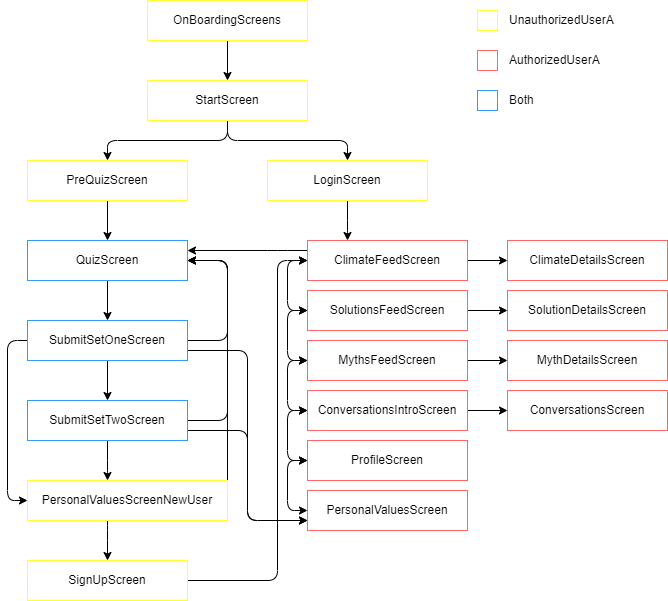
Above: docs/UserFlow.drawio.png in ClimateMind/frontend-native-app (draw.io), before the change. Source tidied: cells renumbered, new cells last; positions are measured from the earlier drawing's top-left corner, leaving out a move shared by most shapes.
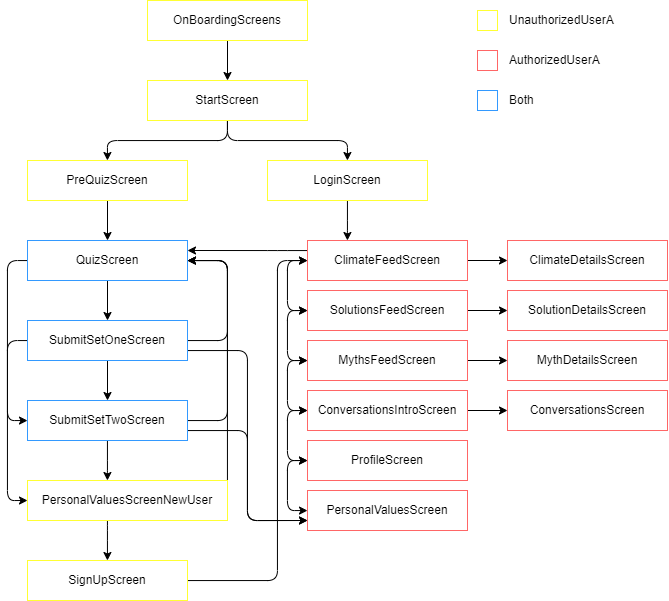
The same diagram one commit later.

Diff of the diagram source:
```diff
@@ -37,6 +37,14 @@
     <mxCell id="11" style="edgeStyle=orthogonalEdgeStyle;html=1;" parent="1" edge="1" source="12" target="17">
       <mxGeometry relative="1" as="geometry" />
     </mxCell>
+    <mxCell id="53" style="edgeStyle=orthogonalEdgeStyle;html=1;" parent="1" edge="1" source="12" target="21">
+      <mxGeometry relative="1" as="geometry">
+        <Array as="points">
+          <mxPoint y="260" />
+          <mxPoint y="420" />
+        </Array>
+      </mxGeometry>
+    </mxCell>
     <mxCell id="12" value="QuizScreen" style="rounded=0;whiteSpace=wrap;html=1;strokeColor=#3399FF;" parent="1" vertex="1">
       <mxGeometry x="20" y="240" width="160" height="40" as="geometry" />
     </mxCell>
```
